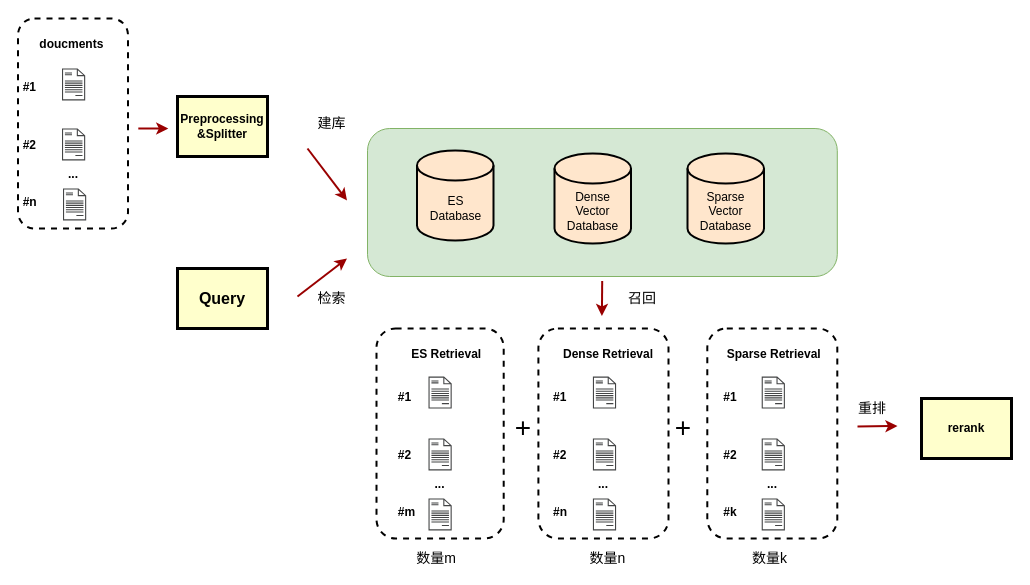
The draw.io diagram recall.drawio in Wbxxx/Draw-architecture-diagram, before the edit. Source tidied: cells renumbered, new cells numbered last; positions are measured from the earlier drawing's top-left corner, leaving out a move shared by most shapes. Both pictures are drawn from the tidied source at 100%, with x=0, y=0 at pixel (17, 18).
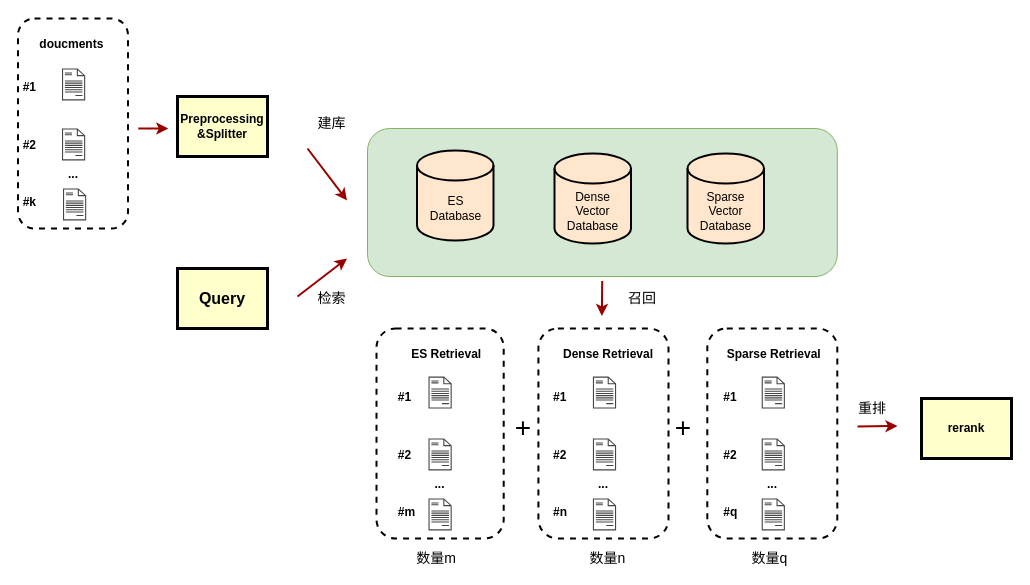
Above is the later version.

Change to the diagram source:
```diff
@@
-    <mxCell id="7" value="&lt;div style=&quot;&quot;&gt;&lt;b style=&quot;background-color: initial;&quot;&gt;&amp;nbsp; &amp;nbsp; &amp;nbsp;doucments&amp;nbsp; &amp;nbsp; &amp;nbsp;&amp;nbsp;&lt;/b&gt;&lt;/div&gt;&lt;div&gt;&lt;b&gt;&lt;br&gt;&lt;/b&gt;&lt;div&gt;&lt;b style=&quot;background-color: initial;&quot;&gt;&lt;br&gt;&lt;/b&gt;&lt;/div&gt;&lt;div style=&quot;text-align: left;&quot;&gt;&lt;b style=&quot;background-color: initial;&quot;&gt;#1&lt;/b&gt;&lt;br&gt;&lt;/div&gt;&lt;div style=&quot;text-align: left;&quot;&gt;&lt;b style=&quot;background-color: initial;&quot;&gt;&lt;br&gt;&lt;/b&gt;&lt;/div&gt;&lt;div style=&quot;text-align: left;&quot;&gt;&lt;b style=&quot;background-color: initial;&quot;&gt;&lt;br&gt;&lt;/b&gt;&lt;/div&gt;&lt;div&gt;&lt;b&gt;&lt;br&gt;&lt;/b&gt;&lt;/div&gt;&lt;div style=&quot;text-align: left;&quot;&gt;&lt;b&gt;#2&lt;/b&gt;&lt;/div&gt;&lt;div&gt;&lt;b&gt;&lt;br&gt;&lt;/b&gt;&lt;/div&gt;&lt;div&gt;&lt;b&gt;...&lt;/b&gt;&lt;/div&gt;&lt;div&gt;&lt;b&gt;&lt;br&gt;&lt;/b&gt;&lt;/div&gt;&lt;div style=&quot;text-align: left;&quot;&gt;&lt;b&gt;#n&lt;/b&gt;&lt;/div&gt;&lt;/div&gt;" style="rounded=1;whiteSpace=wrap;html=1;strokeWidth=2;dashed=1;align=center;" parent="1" vertex="1">
+    <mxCell id="7" value="&lt;div style=&quot;&quot;&gt;&lt;b style=&quot;background-color: initial;&quot;&gt;&amp;nbsp; &amp;nbsp; &amp;nbsp;doucments&amp;nbsp; &amp;nbsp; &amp;nbsp;&amp;nbsp;&lt;/b&gt;&lt;/div&gt;&lt;div&gt;&lt;b&gt;&lt;br&gt;&lt;/b&gt;&lt;div&gt;&lt;b style=&quot;background-color: initial;&quot;&gt;&lt;br&gt;&lt;/b&gt;&lt;/div&gt;&lt;div style=&quot;text-align: left;&quot;&gt;&lt;b style=&quot;background-color: initial;&quot;&gt;#1&lt;/b&gt;&lt;br&gt;&lt;/div&gt;&lt;div style=&quot;text-align: left;&quot;&gt;&lt;b style=&quot;background-color: initial;&quot;&gt;&lt;br&gt;&lt;/b&gt;&lt;/div&gt;&lt;div style=&quot;text-align: left;&quot;&gt;&lt;b style=&quot;background-color: initial;&quot;&gt;&lt;br&gt;&lt;/b&gt;&lt;/div&gt;&lt;div&gt;&lt;b&gt;&lt;br&gt;&lt;/b&gt;&lt;/div&gt;&lt;div style=&quot;text-align: left;&quot;&gt;&lt;b&gt;#2&lt;/b&gt;&lt;/div&gt;&lt;div&gt;&lt;b&gt;&lt;br&gt;&lt;/b&gt;&lt;/div&gt;&lt;div&gt;&lt;b&gt;...&lt;/b&gt;&lt;/div&gt;&lt;div&gt;&lt;b&gt;&lt;br&gt;&lt;/b&gt;&lt;/div&gt;&lt;div style=&quot;text-align: left;&quot;&gt;&lt;b&gt;#k&lt;/b&gt;&lt;/div&gt;&lt;/div&gt;" style="rounded=1;whiteSpace=wrap;html=1;strokeWidth=2;dashed=1;align=center;" parent="1" vertex="1">
       <mxGeometry x="0.5" width="110" height="210" as="geometry" />
     </mxCell>
@@
-    <mxCell id="22" value="&lt;div style=&quot;&quot;&gt;&lt;b style=&quot;background-color: initial;&quot;&gt;&amp;nbsp;Sparse Retrieval&lt;/b&gt;&lt;/div&gt;&lt;div&gt;&lt;b&gt;&lt;br&gt;&lt;/b&gt;&lt;div&gt;&lt;b style=&quot;background-color: initial;&quot;&gt;&lt;br&gt;&lt;/b&gt;&lt;/div&gt;&lt;div style=&quot;text-align: left;&quot;&gt;&lt;b style=&quot;background-color: initial;&quot;&gt;#1&lt;/b&gt;&lt;br&gt;&lt;/div&gt;&lt;div style=&quot;text-align: left;&quot;&gt;&lt;b style=&quot;background-color: initial;&quot;&gt;&lt;br&gt;&lt;/b&gt;&lt;/div&gt;&lt;div style=&quot;text-align: left;&quot;&gt;&lt;b style=&quot;background-color: initial;&quot;&gt;&lt;br&gt;&lt;/b&gt;&lt;/div&gt;&lt;div&gt;&lt;b&gt;&lt;br&gt;&lt;/b&gt;&lt;/div&gt;&lt;div style=&quot;text-align: left;&quot;&gt;&lt;b&gt;#2&lt;/b&gt;&lt;/div&gt;&lt;div&gt;&lt;b&gt;&lt;br&gt;&lt;/b&gt;&lt;/div&gt;&lt;div&gt;&lt;b&gt;...&lt;/b&gt;&lt;/div&gt;&lt;div&gt;&lt;b&gt;&lt;br&gt;&lt;/b&gt;&lt;/div&gt;&lt;div style=&quot;text-align: left;&quot;&gt;&lt;b&gt;#k&lt;/b&gt;&lt;/div&gt;&lt;/div&gt;" style="rounded=1;whiteSpace=wrap;html=1;strokeWidth=2;dashed=1;align=center;" parent="1" vertex="1">
+    <mxCell id="22" value="&lt;div style=&quot;&quot;&gt;&lt;b style=&quot;background-color: initial;&quot;&gt;&amp;nbsp;Sparse Retrieval&lt;/b&gt;&lt;/div&gt;&lt;div&gt;&lt;b&gt;&lt;br&gt;&lt;/b&gt;&lt;div&gt;&lt;b style=&quot;background-color: initial;&quot;&gt;&lt;br&gt;&lt;/b&gt;&lt;/div&gt;&lt;div style=&quot;text-align: left;&quot;&gt;&lt;b style=&quot;background-color: initial;&quot;&gt;#1&lt;/b&gt;&lt;br&gt;&lt;/div&gt;&lt;div style=&quot;text-align: left;&quot;&gt;&lt;b style=&quot;background-color: initial;&quot;&gt;&lt;br&gt;&lt;/b&gt;&lt;/div&gt;&lt;div style=&quot;text-align: left;&quot;&gt;&lt;b style=&quot;background-color: initial;&quot;&gt;&lt;br&gt;&lt;/b&gt;&lt;/div&gt;&lt;div&gt;&lt;b&gt;&lt;br&gt;&lt;/b&gt;&lt;/div&gt;&lt;div style=&quot;text-align: left;&quot;&gt;&lt;b&gt;#2&lt;/b&gt;&lt;/div&gt;&lt;div&gt;&lt;b&gt;&lt;br&gt;&lt;/b&gt;&lt;/div&gt;&lt;div&gt;&lt;b&gt;...&lt;/b&gt;&lt;/div&gt;&lt;div&gt;&lt;b&gt;&lt;br&gt;&lt;/b&gt;&lt;/div&gt;&lt;div style=&quot;text-align: left;&quot;&gt;&lt;b&gt;#q&lt;/b&gt;&lt;/div&gt;&lt;/div&gt;" style="rounded=1;whiteSpace=wrap;html=1;strokeWidth=2;dashed=1;align=center;" parent="1" vertex="1">
       <mxGeometry x="689.8" y="310" width="130" height="210" as="geometry" />
     </mxCell>
@@
-    <mxCell id="33" value="数量k" style="text;spacingTop=-5;align=center;strokeWidth=3;fontSize=14;" parent="1" vertex="1">
+    <mxCell id="33" value="数量q" style="text;spacingTop=-5;align=center;strokeWidth=3;fontSize=14;" parent="1" vertex="1">
       <mxGeometry x="737.5" y="530" width="30" height="20" as="geometry" />
     </mxCell>
```
